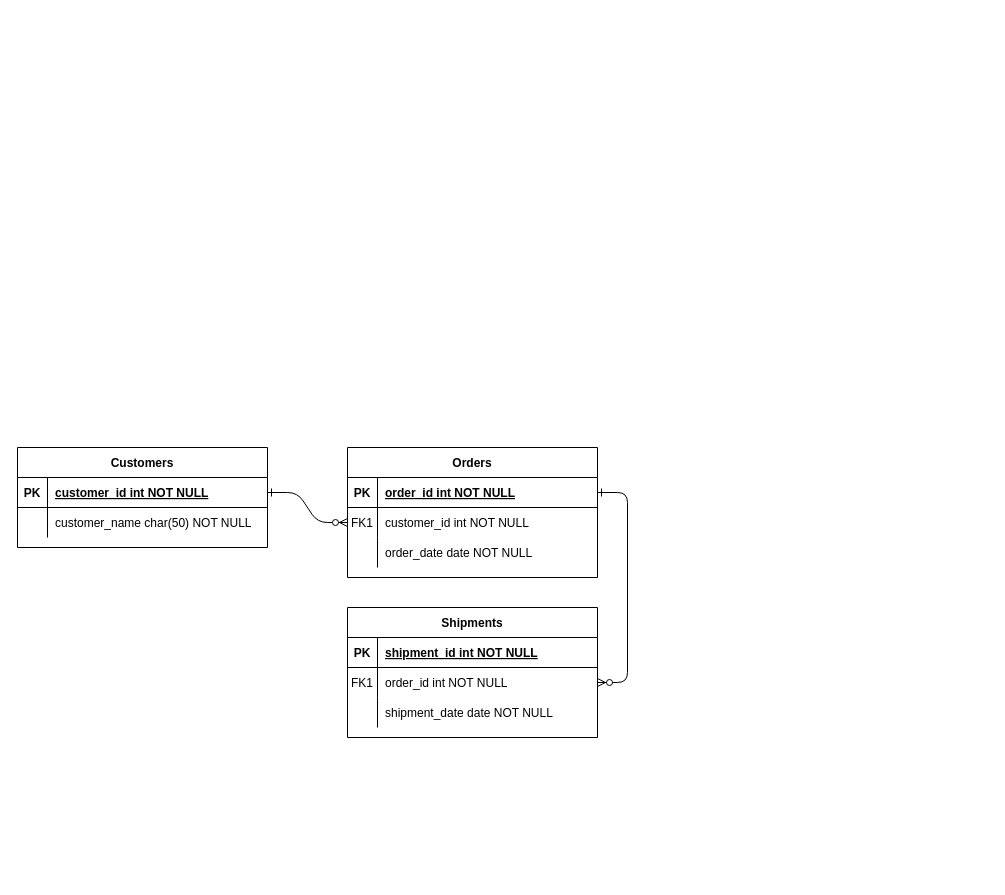
Before: Caso15.drawio in JuanSeRestrepoNieto/Diagrams, a draw.io diagram. Source tidied: cells renumbered, new cells numbered last; positions are measured from the earlier drawing's top-left corner, leaving out a move shared by most shapes. Both pictures are drawn from the tidied source at 100%, with x=0, y=0 at pixel (17, 447).
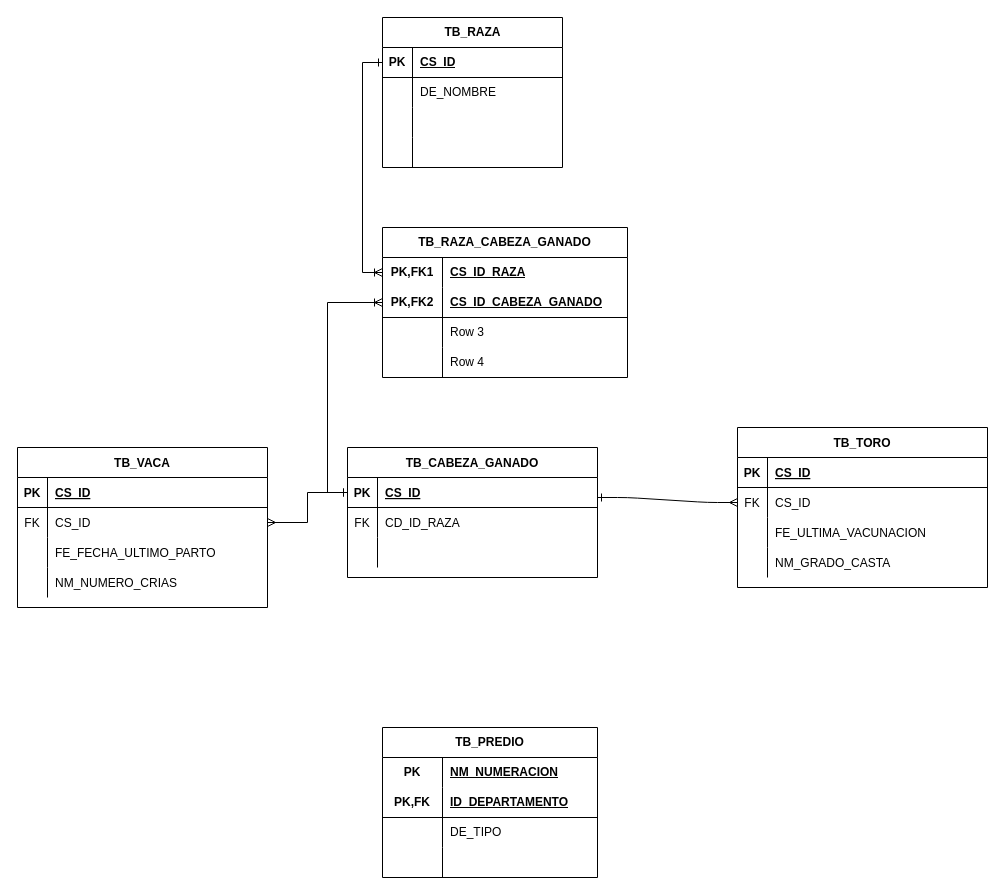
The same diagram, later.

Unchanged cells that the change refers to:
```xml
<mxCell id="5" style="shape=partialRectangle;fillColor=none;points=[[0,0.5],[1,0.5]];portConstraint=eastwest;top=0;left=0;right=0;bottom=1;" parent="4" vertex="1">
  <mxGeometry y="30" width="250" height="30" as="geometry" />
</mxCell>
<mxCell id="8" style="shape=partialRectangle;fillColor=none;points=[[0,0.5],[1,0.5]];portConstraint=eastwest;top=0;left=0;right=0;bottom=0;" parent="4" vertex="1">
  <mxGeometry y="60" width="250" height="30" as="geometry" />
</mxCell>
<mxCell id="11" style="shape=partialRectangle;fillColor=none;top=0;left=0;right=0;bottom=0;" parent="4" vertex="1">
  <mxGeometry y="90" width="250" height="30" as="geometry" />
</mxCell>
<mxCell id="15" style="shape=partialRectangle;fillColor=none;top=0;left=0;right=0;bottom=1;" parent="14" vertex="1">
  <mxGeometry y="30" width="250" height="30" as="geometry" />
</mxCell>
<mxCell id="18" style="shape=partialRectangle;fillColor=none;points=[[0,0.5],[1,0.5]];portConstraint=eastwest;top=0;left=0;right=0;bottom=0;" parent="14" vertex="1">
  <mxGeometry y="60" width="250" height="30" as="geometry" />
</mxCell>
<mxCell id="21" style="shape=partialRectangle;fillColor=none;top=0;left=0;right=0;bottom=0;" parent="14" vertex="1">
  <mxGeometry y="90" width="250" height="30" as="geometry" />
</mxCell>
<mxCell id="25" style="shape=partialRectangle;fillColor=none;points=[[0,0.5],[1,0.5]];portConstraint=eastwest;top=0;left=0;right=0;bottom=1;" parent="24" vertex="1">
  <mxGeometry y="30" width="250" height="30" as="geometry" />
</mxCell>
<mxCell id="28" style="shape=partialRectangle;fillColor=none;points=[[0,0.5],[1,0.5]];portConstraint=eastwest;top=0;left=0;right=0;bottom=0;" parent="24" vertex="1">
  <mxGeometry y="60" width="250" height="30" as="geometry" />
</mxCell>
```

Change to the diagram source:
```diff
@@
-    <mxCell id="2" style="edgeStyle=entityRelationEdgeStyle;endArrow=ERzeroToMany;startArrow=ERone;endFill=1;startFill=0;" parent="1" edge="1" source="25" target="8">
-      <mxGeometry relative="1" as="geometry" />
-    </mxCell>
-    <mxCell id="3" style="edgeStyle=entityRelationEdgeStyle;endArrow=ERzeroToMany;startArrow=ERone;endFill=1;startFill=0;" parent="1" edge="1" source="5" target="18">
-      <mxGeometry relative="1" as="geometry" />
+    <mxCell id="3" style="edgeStyle=entityRelationEdgeStyle;endArrow=ERmany;startArrow=ERone;endFill=0;startFill=0;" parent="1" edge="1" target="18">
+      <mxGeometry relative="1" as="geometry">
+        <mxPoint x="580" y="50" as="sourcePoint" />
+      </mxGeometry>
     </mxCell>
-    <mxCell id="4" value="Orders" style="shape=table;startSize=30;childLayout=tableLayout;rowLines=0;fontStyle=1;align=center;" parent="1" vertex="1">
+    <mxCell id="4" value="TB_CABEZA_GANADO" style="shape=table;startSize=30;childLayout=tableLayout;rowLines=0;fontStyle=1;align=center;" parent="1" vertex="1">
       <mxGeometry x="330" width="250" height="130" as="geometry" />
     </mxCell>
@@
-    <mxCell id="7" value="order_id int NOT NULL " style="shape=partialRectangle;overflow=hidden;fillColor=none;top=0;left=0;bottom=0;right=0;align=left;spacingLeft=6;fontStyle=5;" parent="5" vertex="1">
+    <mxCell id="7" value="CS_ID" style="shape=partialRectangle;overflow=hidden;fillColor=none;top=0;left=0;bottom=0;right=0;align=left;spacingLeft=6;fontStyle=5;" parent="5" vertex="1">
       <mxGeometry x="30" width="220" height="30" as="geometry" />
     </mxCell>
@@
-    <mxCell id="9" value="FK1" style="shape=partialRectangle;overflow=hidden;fillColor=none;top=0;left=0;bottom=0;right=0;" parent="8" vertex="1">
+    <mxCell id="9" value="FK" style="shape=partialRectangle;overflow=hidden;fillColor=none;top=0;left=0;bottom=0;right=0;" parent="8" vertex="1">
       <mxGeometry width="30" height="30" as="geometry" />
     </mxCell>
-    <mxCell id="10" value="customer_id int NOT NULL" style="shape=partialRectangle;overflow=hidden;fillColor=none;top=0;left=0;bottom=0;right=0;align=left;spacingLeft=6;" parent="8" vertex="1">
+    <mxCell id="10" value="CD_ID_RAZA" style="shape=partialRectangle;overflow=hidden;fillColor=none;top=0;left=0;bottom=0;right=0;align=left;spacingLeft=6;" parent="8" vertex="1">
       <mxGeometry x="30" width="220" height="30" as="geometry" />
     </mxCell>
@@
-    <mxCell id="13" value="order_date date NOT NULL" style="shape=partialRectangle;overflow=hidden;fillColor=none;top=0;left=0;bottom=0;right=0;align=left;spacingLeft=6;" parent="11" vertex="1">
+    <mxCell id="13" style="shape=partialRectangle;overflow=hidden;fillColor=none;top=0;left=0;bottom=0;right=0;align=left;spacingLeft=6;" parent="11" vertex="1">
       <mxGeometry x="30" width="220" height="30" as="geometry" />
     </mxCell>
-    <mxCell id="14" value="Shipments" style="shape=table;startSize=30;childLayout=tableLayout;rowLines=0;fontStyle=1;align=center;" parent="1" vertex="1">
-      <mxGeometry x="330" y="160" width="250" height="130" as="geometry" />
+    <mxCell id="14" value="TB_TORO" style="shape=table;startSize=30;childLayout=tableLayout;rowLines=0;fontStyle=1;align=center;" parent="1" vertex="1">
+      <mxGeometry x="720" y="-20" width="250" height="160" as="geometry" />
     </mxCell>
@@
-    <mxCell id="17" value="shipment_id int NOT NULL " style="shape=partialRectangle;overflow=hidden;fillColor=none;top=0;left=0;bottom=0;right=0;align=left;spacingLeft=6;fontStyle=5;" parent="15" vertex="1">
+    <mxCell id="17" value="CS_ID" style="shape=partialRectangle;overflow=hidden;fillColor=none;top=0;left=0;bottom=0;right=0;align=left;spacingLeft=6;fontStyle=5;" parent="15" vertex="1">
       <mxGeometry x="30" width="220" height="30" as="geometry" />
     </mxCell>
@@
-    <mxCell id="19" value="FK1" style="shape=partialRectangle;overflow=hidden;fillColor=none;top=0;left=0;bottom=0;right=0;" parent="18" vertex="1">
+    <mxCell id="19" value="FK" style="shape=partialRectangle;overflow=hidden;fillColor=none;top=0;left=0;bottom=0;right=0;" parent="18" vertex="1">
       <mxGeometry width="30" height="30" as="geometry" />
     </mxCell>
-    <mxCell id="20" value="order_id int NOT NULL" style="shape=partialRectangle;overflow=hidden;fillColor=none;top=0;left=0;bottom=0;right=0;align=left;spacingLeft=6;" parent="18" vertex="1">
+    <mxCell id="20" value="CS_ID" style="shape=partialRectangle;overflow=hidden;fillColor=none;top=0;left=0;bottom=0;right=0;align=left;spacingLeft=6;" parent="18" vertex="1">
       <mxGeometry x="30" width="220" height="30" as="geometry" />
     </mxCell>
@@
-    <mxCell id="23" value="shipment_date date NOT NULL" style="shape=partialRectangle;overflow=hidden;fillColor=none;top=0;left=0;bottom=0;right=0;align=left;spacingLeft=6;" parent="21" vertex="1">
+    <mxCell id="23" value="FE_ULTIMA_VACUNACION" style="shape=partialRectangle;overflow=hidden;fillColor=none;top=0;left=0;bottom=0;right=0;align=left;spacingLeft=6;" parent="21" vertex="1">
       <mxGeometry x="30" width="220" height="30" as="geometry" />
     </mxCell>
+    <mxCell id="31" style="shape=partialRectangle;fillColor=none;top=0;left=0;right=0;bottom=0;" parent="14" vertex="1">
+      <mxGeometry y="120" width="250" height="30" as="geometry" />
+    </mxCell>
+    <mxCell id="32" style="shape=partialRectangle;overflow=hidden;fillColor=none;top=0;left=0;bottom=0;right=0;" parent="31" vertex="1">
+      <mxGeometry width="30" height="30" as="geometry" />
+    </mxCell>
+    <mxCell id="33" value="NM_GRADO_CASTA" style="shape=partialRectangle;overflow=hidden;fillColor=none;top=0;left=0;bottom=0;right=0;align=left;spacingLeft=6;" parent="31" vertex="1">
+      <mxGeometry x="30" width="220" height="30" as="geometry" />
+    </mxCell>
-    <mxCell id="24" value="Customers" style="shape=table;startSize=30;childLayout=tableLayout;rowLines=0;fontStyle=1;align=center;" parent="1" vertex="1">
-      <mxGeometry width="250" height="100" as="geometry" />
+    <mxCell id="24" value="TB_VACA" style="shape=table;startSize=30;childLayout=tableLayout;rowLines=0;fontStyle=1;align=center;" parent="1" vertex="1">
+      <mxGeometry width="250" height="160" as="geometry" />
     </mxCell>
@@
-    <mxCell id="27" value="customer_id int NOT NULL " style="shape=partialRectangle;overflow=hidden;fillColor=none;top=0;left=0;bottom=0;right=0;align=left;spacingLeft=6;fontStyle=5;" parent="25" vertex="1">
+    <mxCell id="27" value="CS_ID" style="shape=partialRectangle;overflow=hidden;fillColor=none;top=0;left=0;bottom=0;right=0;align=left;spacingLeft=6;fontStyle=5;" parent="25" vertex="1">
       <mxGeometry x="30" width="220" height="30" as="geometry" />
     </mxCell>
@@
-    <mxCell id="29" style="shape=partialRectangle;overflow=hidden;fillColor=none;top=0;left=0;bottom=0;right=0;" parent="28" vertex="1">
+    <mxCell id="29" value="FK" style="shape=partialRectangle;overflow=hidden;fillColor=none;top=0;left=0;bottom=0;right=0;" parent="28" vertex="1">
       <mxGeometry width="30" height="30" as="geometry" />
     </mxCell>
-    <mxCell id="30" value="customer_name char(50) NOT NULL" style="shape=partialRectangle;overflow=hidden;fillColor=none;top=0;left=0;bottom=0;right=0;align=left;spacingLeft=6;" parent="28" vertex="1">
+    <mxCell id="30" value="CS_ID" style="shape=partialRectangle;overflow=hidden;fillColor=none;top=0;left=0;bottom=0;right=0;align=left;spacingLeft=6;" parent="28" vertex="1">
       <mxGeometry x="30" width="220" height="30" as="geometry" />
     </mxCell>
+    <mxCell id="34" style="shape=partialRectangle;fillColor=none;top=0;left=0;right=0;bottom=0;" parent="24" vertex="1">
+      <mxGeometry y="90" width="250" height="30" as="geometry" />
+    </mxCell>
+    <mxCell id="35" style="shape=partialRectangle;overflow=hidden;fillColor=none;top=0;left=0;bottom=0;right=0;" parent="34" vertex="1">
+      <mxGeometry width="30" height="30" as="geometry" />
+    </mxCell>
+    <mxCell id="36" value="FE_FECHA_ULTIMO_PARTO" style="shape=partialRectangle;overflow=hidden;fillColor=none;top=0;left=0;bottom=0;right=0;align=left;spacingLeft=6;" parent="34" vertex="1">
+      <mxGeometry x="30" width="220" height="30" as="geometry" />
+    </mxCell>
+    <mxCell id="37" style="shape=partialRectangle;fillColor=none;top=0;left=0;right=0;bottom=0;" parent="24" vertex="1">
+      <mxGeometry y="120" width="250" height="30" as="geometry" />
+    </mxCell>
+    <mxCell id="38" style="shape=partialRectangle;overflow=hidden;fillColor=none;top=0;left=0;bottom=0;right=0;" parent="37" vertex="1">
+      <mxGeometry width="30" height="30" as="geometry" />
+    </mxCell>
+    <mxCell id="39" value="NM_NUMERO_CRIAS" style="shape=partialRectangle;overflow=hidden;fillColor=none;top=0;left=0;bottom=0;right=0;align=left;spacingLeft=6;" parent="37" vertex="1">
+      <mxGeometry x="30" width="220" height="30" as="geometry" />
+    </mxCell>
+    <mxCell id="40" value="TB_RAZA" style="shape=table;startSize=30;childLayout=tableLayout;rowLines=0;fontStyle=1;align=center;html=1;" parent="1" vertex="1">
+      <mxGeometry x="365" y="-430" width="180" height="150" as="geometry" />
+    </mxCell>
+    <mxCell id="41" style="shape=tableRow;horizontal=0;startSize=0;swimlaneHead=0;swimlaneBody=0;fillColor=none;points=[[0,0.5],[1,0.5]];portConstraint=eastwest;top=0;left=0;right=0;bottom=1;" parent="40" vertex="1">
+      <mxGeometry y="30" width="180" height="30" as="geometry" />
+    </mxCell>
+    <mxCell id="42" value="PK" style="shape=partialRectangle;fillColor=none;top=0;left=0;bottom=0;right=0;fontStyle=1;overflow=hidden;whiteSpace=wrap;html=1;" parent="41" vertex="1">
+      <mxGeometry width="30" height="30" as="geometry" />
+    </mxCell>
+    <mxCell id="43" value="CS_ID" style="shape=partialRectangle;fillColor=none;top=0;left=0;bottom=0;right=0;align=left;spacingLeft=6;fontStyle=5;overflow=hidden;whiteSpace=wrap;html=1;" parent="41" vertex="1">
+      <mxGeometry x="30" width="150" height="30" as="geometry" />
+    </mxCell>
+    <mxCell id="44" style="shape=tableRow;horizontal=0;startSize=0;swimlaneHead=0;swimlaneBody=0;fillColor=none;top=0;left=0;right=0;bottom=0;" parent="40" vertex="1">
+      <mxGeometry y="60" width="180" height="30" as="geometry" />
+    </mxCell>
+    <mxCell id="45" style="shape=partialRectangle;fillColor=none;top=0;left=0;bottom=0;right=0;overflow=hidden;whiteSpace=wrap;html=1;" parent="44" vertex="1">
+      <mxGeometry width="30" height="30" as="geometry" />
+    </mxCell>
+    <mxCell id="46" value="DE_NOMBRE" style="shape=partialRectangle;fillColor=none;top=0;left=0;bottom=0;right=0;align=left;spacingLeft=6;overflow=hidden;whiteSpace=wrap;html=1;" parent="44" vertex="1">
+      <mxGeometry x="30" width="150" height="30" as="geometry" />
+    </mxCell>
+    <mxCell id="47" style="shape=tableRow;horizontal=0;startSize=0;swimlaneHead=0;swimlaneBody=0;fillColor=none;top=0;left=0;right=0;bottom=0;" parent="40" vertex="1">
+      <mxGeometry y="90" width="180" height="30" as="geometry" />
+    </mxCell>
+    <mxCell id="48" style="shape=partialRectangle;fillColor=none;top=0;left=0;bottom=0;right=0;overflow=hidden;whiteSpace=wrap;html=1;" parent="47" vertex="1">
+      <mxGeometry width="30" height="30" as="geometry" />
+    </mxCell>
+    <mxCell id="49" style="shape=partialRectangle;fillColor=none;top=0;left=0;bottom=0;right=0;align=left;spacingLeft=6;overflow=hidden;whiteSpace=wrap;html=1;" parent="47" vertex="1">
+      <mxGeometry x="30" width="150" height="30" as="geometry" />
+    </mxCell>
+    <mxCell id="50" style="shape=tableRow;horizontal=0;startSize=0;swimlaneHead=0;swimlaneBody=0;fillColor=none;top=0;left=0;right=0;bottom=0;" parent="40" vertex="1">
+      <mxGeometry y="120" width="180" height="30" as="geometry" />
+    </mxCell>
+    <mxCell id="51" style="shape=partialRectangle;fillColor=none;top=0;left=0;bottom=0;right=0;overflow=hidden;whiteSpace=wrap;html=1;" parent="50" vertex="1">
+      <mxGeometry width="30" height="30" as="geometry" />
+    </mxCell>
+    <mxCell id="52" style="shape=partialRectangle;fillColor=none;top=0;left=0;bottom=0;right=0;align=left;spacingLeft=6;overflow=hidden;whiteSpace=wrap;html=1;" parent="50" vertex="1">
+      <mxGeometry x="30" width="150" height="30" as="geometry" />
+    </mxCell>
+    <mxCell id="53" style="edgeStyle=orthogonalEdgeStyle;rounded=0;jettySize=auto;html=1;entryX=0;entryY=0.5;entryDx=0;entryDy=0;startArrow=ERmany;startFill=0;endArrow=ERone;endFill=0;" parent="1" edge="1" source="28" target="5">
+      <mxGeometry relative="1" as="geometry" />
+    </mxCell>
+    <mxCell id="54" value="TB_RAZA_CABEZA_GANADO" style="shape=table;startSize=30;childLayout=tableLayout;rowLines=0;fontStyle=1;align=center;html=1;whiteSpace=wrap;" parent="1" vertex="1">
+      <mxGeometry x="365" y="-220" width="245" height="150" as="geometry" />
+    </mxCell>
+    <mxCell id="55" style="shape=tableRow;horizontal=0;startSize=0;swimlaneHead=0;swimlaneBody=0;fillColor=none;points=[[0,0.5],[1,0.5]];portConstraint=eastwest;top=0;left=0;right=0;bottom=0;html=1;" parent="54" vertex="1">
+      <mxGeometry y="30" width="245" height="30" as="geometry" />
+    </mxCell>
+    <mxCell id="56" value="PK,FK1" style="shape=partialRectangle;fillColor=none;top=0;left=0;bottom=0;right=0;fontStyle=1;overflow=hidden;html=1;whiteSpace=wrap;" parent="55" vertex="1">
+      <mxGeometry width="60" height="30" as="geometry" />
+    </mxCell>
+    <mxCell id="57" value="CS_ID_RAZA" style="shape=partialRectangle;fillColor=none;top=0;left=0;bottom=0;right=0;align=left;spacingLeft=6;fontStyle=5;overflow=hidden;html=1;whiteSpace=wrap;" parent="55" vertex="1">
+      <mxGeometry x="60" width="185" height="30" as="geometry" />
+    </mxCell>
+    <mxCell id="58" style="shape=tableRow;horizontal=0;startSize=0;swimlaneHead=0;swimlaneBody=0;fillColor=none;points=[[0,0.5],[1,0.5]];portConstraint=eastwest;top=0;left=0;right=0;bottom=1;html=1;" parent="54" vertex="1">
+      <mxGeometry y="60" width="245" height="30" as="geometry" />
+    </mxCell>
+    <mxCell id="59" value="PK,FK2" style="shape=partialRectangle;fillColor=none;top=0;left=0;bottom=0;right=0;fontStyle=1;overflow=hidden;html=1;whiteSpace=wrap;" parent="58" vertex="1">
+      <mxGeometry width="60" height="30" as="geometry" />
+    </mxCell>
+    <mxCell id="60" value="CS_ID_CABEZA_GANADO" style="shape=partialRectangle;fillColor=none;top=0;left=0;bottom=0;right=0;align=left;spacingLeft=6;fontStyle=5;overflow=hidden;html=1;whiteSpace=wrap;" parent="58" vertex="1">
+      <mxGeometry x="60" width="185" height="30" as="geometry" />
+    </mxCell>
+    <mxCell id="61" style="shape=tableRow;horizontal=0;startSize=0;swimlaneHead=0;swimlaneBody=0;fillColor=none;top=0;left=0;right=0;bottom=0;html=1;" parent="54" vertex="1">
+      <mxGeometry y="90" width="245" height="30" as="geometry" />
+    </mxCell>
+    <mxCell id="62" style="shape=partialRectangle;fillColor=none;top=0;left=0;bottom=0;right=0;overflow=hidden;html=1;whiteSpace=wrap;" parent="61" vertex="1">
+      <mxGeometry width="60" height="30" as="geometry" />
+    </mxCell>
+    <mxCell id="63" value="Row 3" style="shape=partialRectangle;fillColor=none;top=0;left=0;bottom=0;right=0;align=left;spacingLeft=6;overflow=hidden;html=1;whiteSpace=wrap;" parent="61" vertex="1">
+      <mxGeometry x="60" width="185" height="30" as="geometry" />
+    </mxCell>
+    <mxCell id="64" style="shape=tableRow;horizontal=0;startSize=0;swimlaneHead=0;swimlaneBody=0;fillColor=none;top=0;left=0;right=0;bottom=0;html=1;" parent="54" vertex="1">
+      <mxGeometry y="120" width="245" height="30" as="geometry" />
+    </mxCell>
+    <mxCell id="65" style="shape=partialRectangle;fillColor=none;top=0;left=0;bottom=0;right=0;overflow=hidden;html=1;whiteSpace=wrap;" parent="64" vertex="1">
+      <mxGeometry width="60" height="30" as="geometry" />
+    </mxCell>
+    <mxCell id="66" value="Row 4" style="shape=partialRectangle;fillColor=none;top=0;left=0;bottom=0;right=0;align=left;spacingLeft=6;overflow=hidden;html=1;whiteSpace=wrap;" parent="64" vertex="1">
+      <mxGeometry x="60" width="185" height="30" as="geometry" />
+    </mxCell>
+    <mxCell id="67" style="edgeStyle=orthogonalEdgeStyle;rounded=0;jettySize=auto;html=1;entryX=0;entryY=0.5;entryDx=0;entryDy=0;startArrow=ERoneToMany;startFill=0;endArrow=ERone;endFill=0;" parent="1" edge="1" source="55" target="41">
+      <mxGeometry relative="1" as="geometry" />
+    </mxCell>
+    <mxCell id="68" style="edgeStyle=orthogonalEdgeStyle;rounded=0;jettySize=auto;html=1;entryX=0;entryY=0.5;entryDx=0;entryDy=0;startArrow=ERoneToMany;startFill=0;endArrow=ERone;endFill=0;" parent="1" edge="1" source="58" target="5">
+      <mxGeometry relative="1" as="geometry" />
+    </mxCell>
+    <mxCell id="69" value="TB_PREDIO" style="shape=table;startSize=30;childLayout=tableLayout;rowLines=0;fontStyle=1;align=center;html=1;whiteSpace=wrap;" parent="1" vertex="1">
+      <mxGeometry x="365" y="280" width="215" height="150" as="geometry" />
+    </mxCell>
+    <mxCell id="70" style="shape=tableRow;horizontal=0;startSize=0;swimlaneHead=0;swimlaneBody=0;fillColor=none;top=0;left=0;right=0;bottom=0;html=1;" parent="69" vertex="1">
+      <mxGeometry y="30" width="215" height="30" as="geometry" />
+    </mxCell>
+    <mxCell id="71" value="PK" style="shape=partialRectangle;fillColor=none;top=0;left=0;bottom=0;right=0;fontStyle=1;overflow=hidden;html=1;whiteSpace=wrap;" parent="70" vertex="1">
+      <mxGeometry width="60" height="30" as="geometry" />
+    </mxCell>
+    <mxCell id="72" value="NM_NUMERACION" style="shape=partialRectangle;fillColor=none;top=0;left=0;bottom=0;right=0;align=left;spacingLeft=6;fontStyle=5;overflow=hidden;html=1;whiteSpace=wrap;" parent="70" vertex="1">
+      <mxGeometry x="60" width="155" height="30" as="geometry" />
+    </mxCell>
+    <mxCell id="73" style="shape=tableRow;horizontal=0;startSize=0;swimlaneHead=0;swimlaneBody=0;fillColor=none;top=0;left=0;right=0;bottom=1;html=1;" parent="69" vertex="1">
+      <mxGeometry y="60" width="215" height="30" as="geometry" />
+    </mxCell>
+    <mxCell id="74" value="PK,FK" style="shape=partialRectangle;fillColor=none;top=0;left=0;bottom=0;right=0;fontStyle=1;overflow=hidden;html=1;whiteSpace=wrap;" parent="73" vertex="1">
+      <mxGeometry width="60" height="30" as="geometry" />
+    </mxCell>
+    <mxCell id="75" value="ID_DEPARTAMENTO" style="shape=partialRectangle;fillColor=none;top=0;left=0;bottom=0;right=0;align=left;spacingLeft=6;fontStyle=5;overflow=hidden;html=1;whiteSpace=wrap;" parent="73" vertex="1">
+      <mxGeometry x="60" width="155" height="30" as="geometry" />
+    </mxCell>
+    <mxCell id="76" style="shape=tableRow;horizontal=0;startSize=0;swimlaneHead=0;swimlaneBody=0;fillColor=none;top=0;left=0;right=0;bottom=0;html=1;" parent="69" vertex="1">
+      <mxGeometry y="90" width="215" height="30" as="geometry" />
+    </mxCell>
+    <mxCell id="77" style="shape=partialRectangle;fillColor=none;top=0;left=0;bottom=0;right=0;overflow=hidden;html=1;whiteSpace=wrap;" parent="76" vertex="1">
+      <mxGeometry width="60" height="30" as="geometry" />
+    </mxCell>
+    <mxCell id="78" value="DE_TIPO" style="shape=partialRectangle;fillColor=none;top=0;left=0;bottom=0;right=0;align=left;spacingLeft=6;overflow=hidden;html=1;whiteSpace=wrap;" parent="76" vertex="1">
+      <mxGeometry x="60" width="155" height="30" as="geometry" />
+    </mxCell>
+    <mxCell id="79" style="shape=tableRow;horizontal=0;startSize=0;swimlaneHead=0;swimlaneBody=0;fillColor=none;top=0;left=0;right=0;bottom=0;html=1;" parent="69" vertex="1">
+      <mxGeometry y="120" width="215" height="30" as="geometry" />
+    </mxCell>
+    <mxCell id="80" style="shape=partialRectangle;fillColor=none;top=0;left=0;bottom=0;right=0;overflow=hidden;html=1;whiteSpace=wrap;" parent="79" vertex="1">
+      <mxGeometry width="60" height="30" as="geometry" />
+    </mxCell>
+    <mxCell id="81" style="shape=partialRectangle;fillColor=none;top=0;left=0;bottom=0;right=0;align=left;spacingLeft=6;overflow=hidden;html=1;whiteSpace=wrap;" parent="79" vertex="1">
+      <mxGeometry x="60" width="155" height="30" as="geometry" />
+    </mxCell>
```
